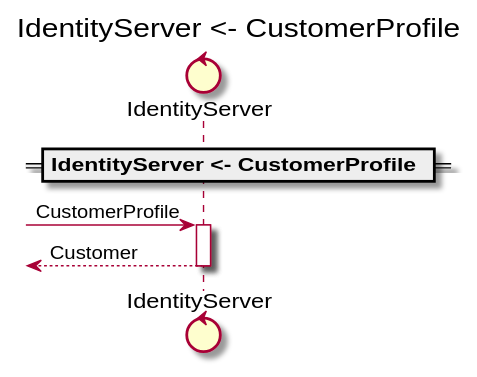
This is demo/markdown/Backend/BFF/IdentityServer/customerprofile.svg from anz-bank/sysl-catalog, a PlantUML export, as it was before one commit. The source it was exported from:
```plantuml
@startuml


control "IdentityServer" as _0
skinparam maxMessageSize 250
title IdentityServer <- CustomerProfile
== IdentityServer <- CustomerProfile ==
[->_0 : CustomerProfile
activate _0
[<--_0 : Customer
deactivate _0
@enduml
```
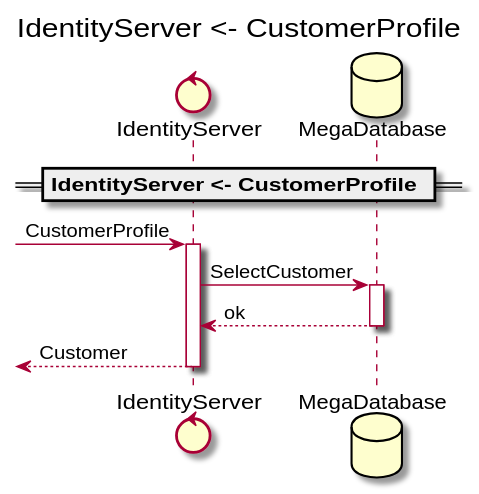
The same diagram one commit later.

What changed in the source:
```diff
@@ -2,11 +2,16 @@
 
 
 control "IdentityServer" as _0
+database "MegaDatabase" as _1
 skinparam maxMessageSize 250
 title IdentityServer <- CustomerProfile
 == IdentityServer <- CustomerProfile ==
 [->_0 : CustomerProfile
 activate _0
+ _0->_1 : SelectCustomer
+ activate _1
+ _0<--_1 : ok
+ deactivate _1
 [<--_0 : Customer
 deactivate _0
 @enduml
```
